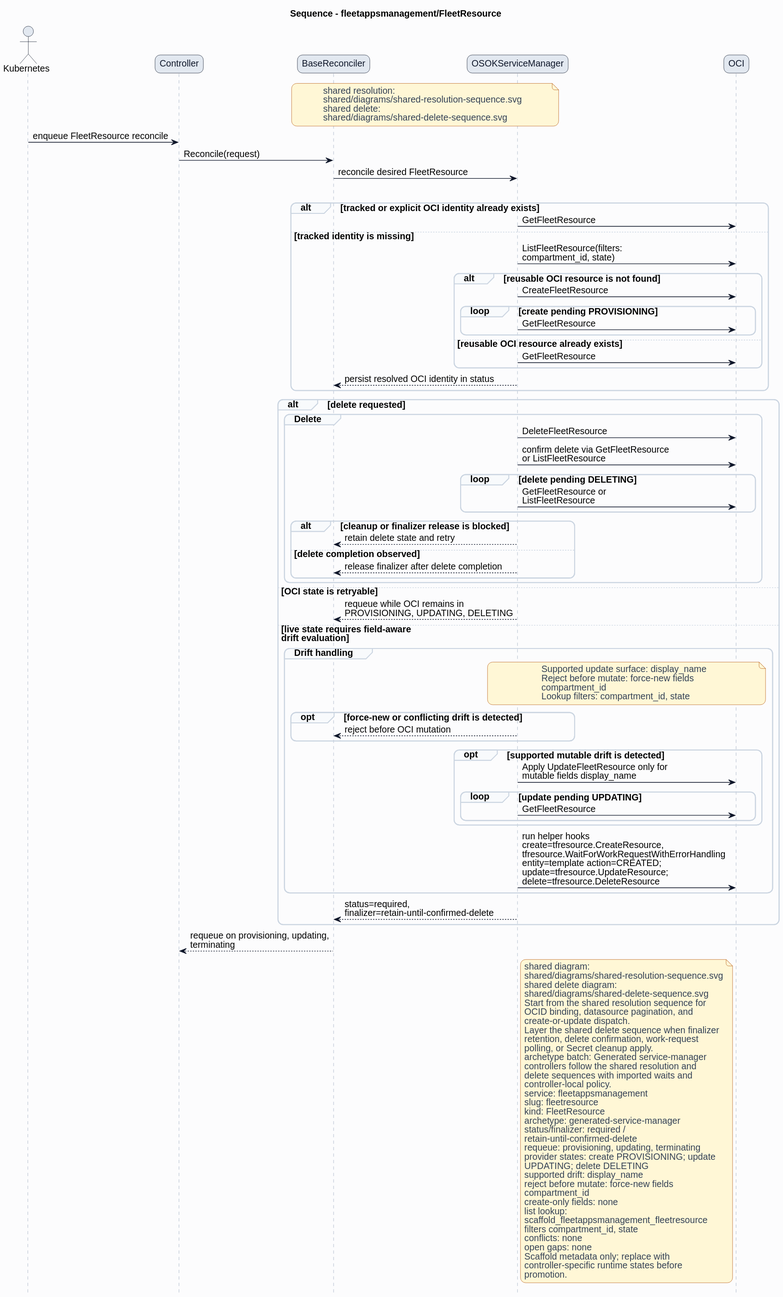
Above: formal/controllers/fleetappsmanagement/fleetresource/diagrams/sequence.svg in HaoyL666/oci-service-operator (PlantUML), before the change. The source it was exported from:
```plantuml
@startuml
skinparam shadowing false
skinparam backgroundColor #fcfcfd
skinparam defaultFontName Helvetica
skinparam defaultFontSize 14
skinparam arrowColor #0f172a
skinparam noteBackgroundColor #fff7d6
skinparam noteBorderColor #b45309
skinparam noteFontColor #334155
skinparam roundcorner 16
title Sequence - fleetappsmanagement/FleetResource
hide footbox
skinparam sequence {
  actorBorderColor #0f172a
  actorBackgroundColor #e2e8f0
  participantBorderColor #0f172a
  participantBackgroundColor #e2e8f0
  participantFontColor #0f172a
  lifeLineBorderColor #94a3b8
  groupBorderColor #cbd5e1
  groupBackgroundColor #f8fafc
}
actor Kubernetes
participant Controller
participant BaseReconciler
participant "OSOKServiceManager" as ServiceManager
participant OCI
note over BaseReconciler,ServiceManager
shared resolution:
shared/diagrams/shared-resolution-sequence.svg
shared delete:
shared/diagrams/shared-delete-sequence.svg
end note
Kubernetes -> Controller: enqueue FleetResource reconcile
Controller -> BaseReconciler: Reconcile(request)
BaseReconciler -> ServiceManager: reconcile desired FleetResource
group Lookup and bind
alt tracked or explicit OCI identity already exists
ServiceManager -> OCI: GetFleetResource
else tracked identity is missing
ServiceManager -> OCI: ListFleetResource(filters:\ncompartment_id, state)
alt reusable OCI resource is not found
ServiceManager -> OCI: CreateFleetResource
loop create pending PROVISIONING
ServiceManager -> OCI: GetFleetResource
end
else reusable OCI resource already exists
ServiceManager -> OCI: GetFleetResource
end
ServiceManager --> BaseReconciler: persist resolved OCI identity in status
end
alt delete requested
group Delete
ServiceManager -> OCI: DeleteFleetResource
ServiceManager -> OCI: confirm delete via GetFleetResource\nor ListFleetResource
loop delete pending DELETING
ServiceManager -> OCI: GetFleetResource or\nListFleetResource
end
alt cleanup or finalizer release is blocked
ServiceManager --> BaseReconciler: retain delete state and retry
else delete completion observed
ServiceManager --> BaseReconciler: release finalizer after delete completion
end
end
else OCI state is retryable
ServiceManager --> BaseReconciler: requeue while OCI remains in\nPROVISIONING, UPDATING, DELETING
else live state requires field-aware\ndrift evaluation
group Drift handling
note over ServiceManager,OCI
Supported update surface: display_name
Reject before mutate: force-new fields
compartment_id
Lookup filters: compartment_id, state
end note
opt force-new or conflicting drift is detected
ServiceManager --> BaseReconciler: reject before OCI mutation
end
opt supported mutable drift is detected
ServiceManager -> OCI: Apply UpdateFleetResource only for\nmutable fields display_name
loop update pending UPDATING
ServiceManager -> OCI: GetFleetResource
end
end
ServiceManager -> OCI: run helper hooks\ncreate=tfresource.CreateResource,\ntfresource.WaitForWorkRequestWithErrorHandling\nentity=template action=CREATED;\nupdate=tfresource.UpdateResource;\ndelete=tfresource.DeleteResource
end
ServiceManager --> BaseReconciler: status=required,\nfinalizer=retain-until-confirmed-delete
end
BaseReconciler --> Controller: requeue on provisioning, updating,\nterminating
note right of ServiceManager
shared diagram:
shared/diagrams/shared-resolution-sequence.svg
shared delete diagram:
shared/diagrams/shared-delete-sequence.svg
Start from the shared resolution sequence for
OCID binding, datasource pagination, and
create-or-update dispatch.
Layer the shared delete sequence when finalizer
retention, delete confirmation, work-request
polling, or Secret cleanup apply.
archetype batch: Generated service-manager
controllers follow the shared resolution and
delete sequences with imported waits and
controller-local policy.
service: fleetappsmanagement
slug: fleetresource
kind: FleetResource
archetype: generated-service-manager
status/finalizer: required /
retain-until-confirmed-delete
requeue: provisioning, updating, terminating
provider states: create PROVISIONING; update
UPDATING; delete DELETING
supported drift: display_name
reject before mutate: force-new fields
compartment_id
create-only fields: none
list lookup:
scaffold_fleetappsmanagement_fleetresource
filters compartment_id, state
conflicts: none
open gaps: none
Scaffold metadata only; replace with
controller-specific runtime states before
promotion.
end note
@enduml
```
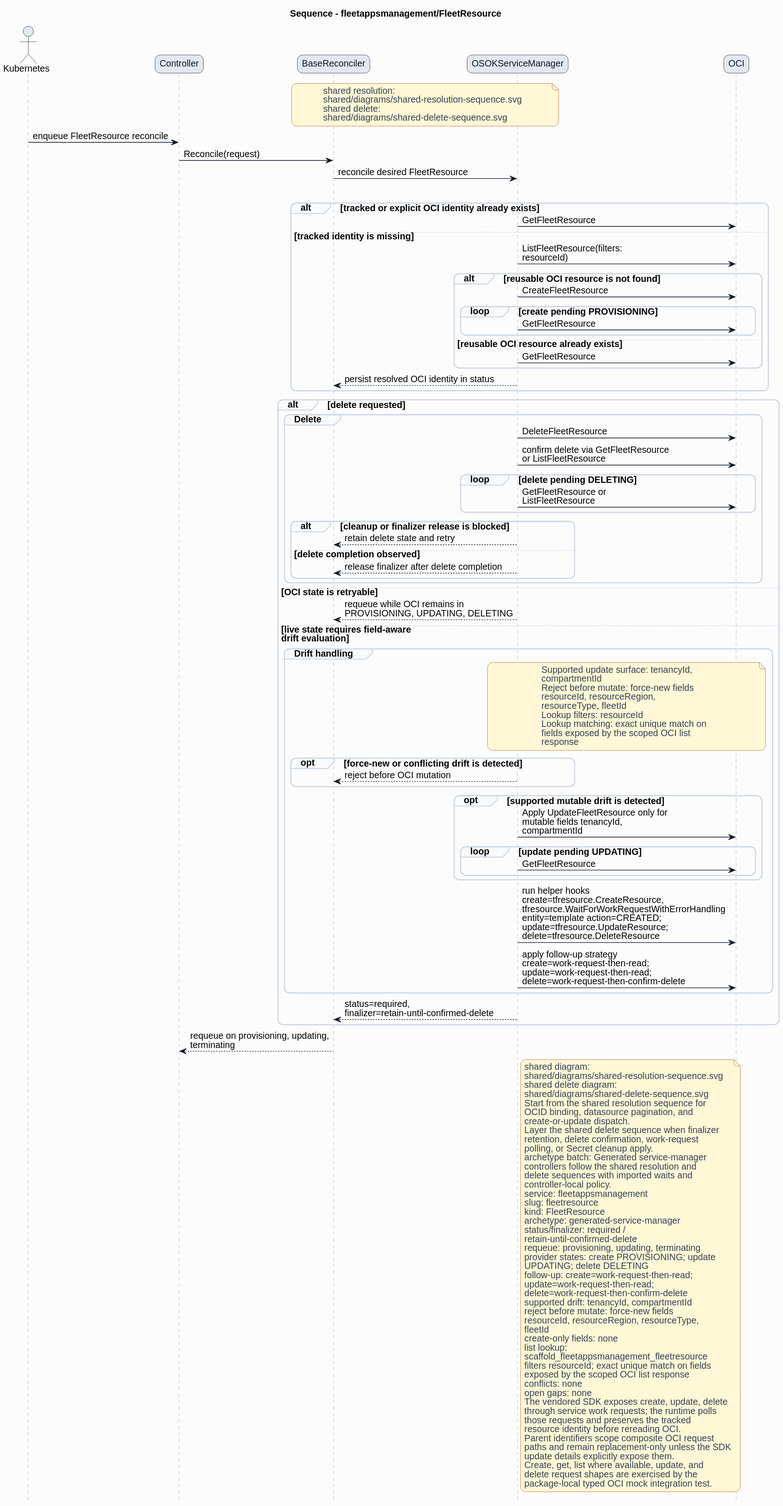
Later version of the same file.

What changed in the source:
```diff
@@ -38,7 +38,7 @@
 alt tracked or explicit OCI identity already exists
 ServiceManager -> OCI: GetFleetResource
 else tracked identity is missing
-ServiceManager -> OCI: ListFleetResource(filters:\ncompartment_id, state)
+ServiceManager -> OCI: ListFleetResource(filters:\nresourceId)
 alt reusable OCI resource is not found
 ServiceManager -> OCI: CreateFleetResource
 loop create pending PROVISIONING
@@ -67,21 +67,27 @@
 else live state requires field-aware\ndrift evaluation
 group Drift handling
 note over ServiceManager,OCI
-Supported update surface: display_name
+Supported update surface: tenancyId,
+compartmentId
 Reject before mutate: force-new fields
-compartment_id
-Lookup filters: compartment_id, state
+resourceId, resourceRegion,
+resourceType, fleetId
+Lookup filters: resourceId
+Lookup matching: exact unique match on
+fields exposed by the scoped OCI list
+response
 end note
 opt force-new or conflicting drift is detected
 ServiceManager --> BaseReconciler: reject before OCI mutation
 end
 opt supported mutable drift is detected
-ServiceManager -> OCI: Apply UpdateFleetResource only for\nmutable fields display_name
+ServiceManager -> OCI: Apply UpdateFleetResource only for\nmutable fields tenancyId,\ncompartmentId
 loop update pending UPDATING
 ServiceManager -> OCI: GetFleetResource
 end
 end
 ServiceManager -> OCI: run helper hooks\ncreate=tfresource.CreateResource,\ntfresource.WaitForWorkRequestWithErrorHandling\nentity=template action=CREATED;\nupdate=tfresource.UpdateResource;\ndelete=tfresource.DeleteResource
+ServiceManager -> OCI: apply follow-up strategy\ncreate=work-request-then-read;\nupdate=work-request-then-read;\ndelete=work-request-then-confirm-delete
 end
 ServiceManager --> BaseReconciler: status=required,\nfinalizer=retain-until-confirmed-delete
 end
@@ -110,17 +116,29 @@
 requeue: provisioning, updating, terminating
 provider states: create PROVISIONING; update
 UPDATING; delete DELETING
-supported drift: display_name
+follow-up: create=work-request-then-read;
+update=work-request-then-read;
+delete=work-request-then-confirm-delete
+supported drift: tenancyId, compartmentId
 reject before mutate: force-new fields
-compartment_id
+resourceId, resourceRegion, resourceType,
+fleetId
 create-only fields: none
 list lookup:
 scaffold_fleetappsmanagement_fleetresource
-filters compartment_id, state
+filters resourceId; exact unique match on fields
+exposed by the scoped OCI list response
 conflicts: none
 open gaps: none
-Scaffold metadata only; replace with
-controller-specific runtime states before
-promotion.
+The vendored SDK exposes create, update, delete
+through service work requests; the runtime polls
+those requests and preserves the tracked
+resource identity before rereading OCI.
+Parent identifiers scope composite OCI request
+paths and remain replacement-only unless the SDK
+update details explicitly expose them.
+Create, get, list where available, update, and
+delete request shapes are exercised by the
+package-local typed OCI mock integration test.
 end note
 @enduml
```
